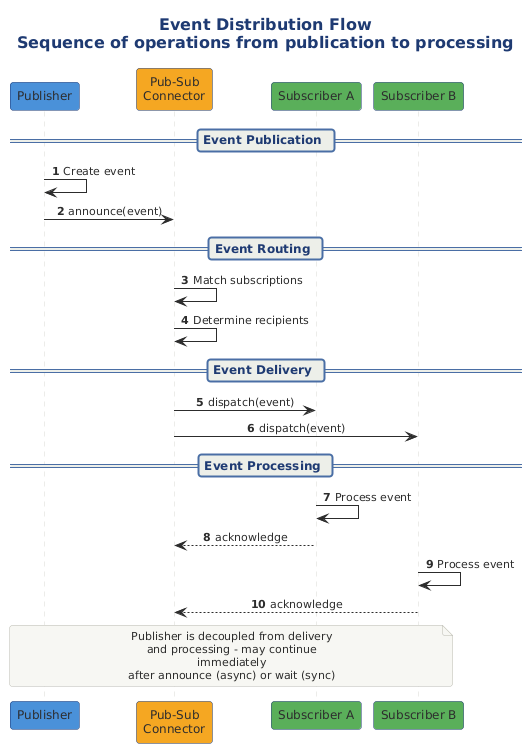
Notoriousjayy/latex-docs keeps this PlantUML diagram as src/architecture/views-and-beyond/style-catalogs/component-and-connector/publish-subscribe-style/png/event-dist-flow-sequence-ops-publication-proc.png. Above is the earlier version.
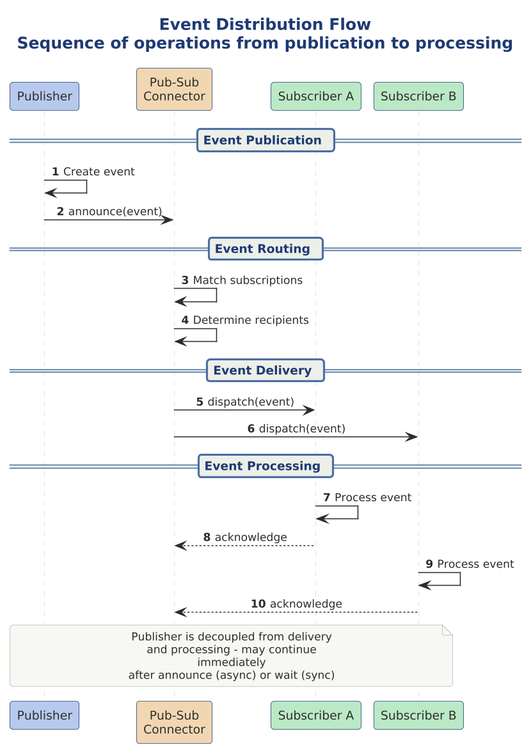
The same diagram one commit later.

Diff of the diagram source:
```diff
@@ -1,13 +1,19 @@
 @startuml
+
+skinparam dpi 150
+
+
+
 
 title Event Distribution Flow\nSequence of operations from publication to processing
 
 !include ../../../../../../tooling/styles/plantuml/interaction/sequence-diagram-style.iuml
+SEQ_AUTONUMBER()
 
-participant "Publisher" as P #4A90D9
-participant "Pub-Sub\nConnector" as C #F5A623
-participant "Subscriber A" as SA #5BAE5B
-participant "Subscriber B" as SB #5BAE5B
+participant "Publisher" as P $deep_primary
+participant "Pub-Sub\nConnector" as C $deep_caution
+participant "Subscriber A" as SA $deep_ok
+participant "Subscriber B" as SB $deep_ok
 
 == Event Publication ==
 
```
